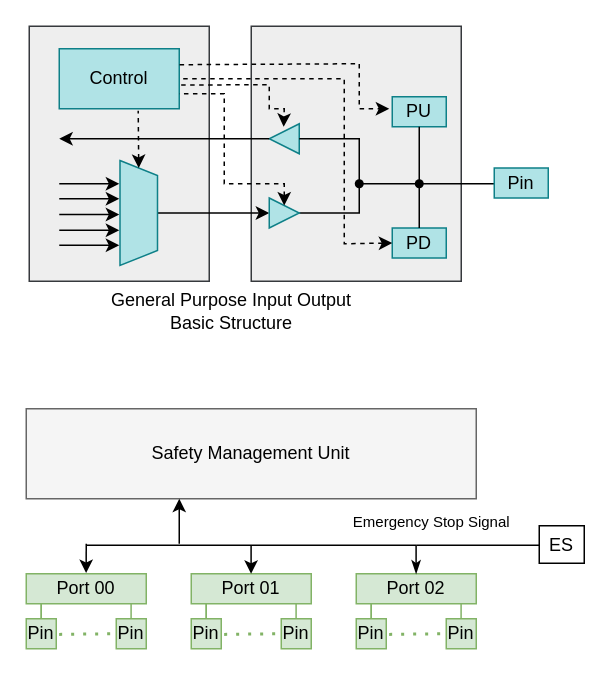
Before: page "GPIO框图" (1 of 3) of drawio/gpio.drawio in iceyxy/flow-chart-drawio, a draw.io diagram. Source tidied: cells renumbered, new cells numbered last; positions are measured from the earlier drawing's top-left corner, leaving out a move shared by most shapes. Both pictures are drawn from the tidied source at 150%, with x=0, y=0 at pixel (26, 26).
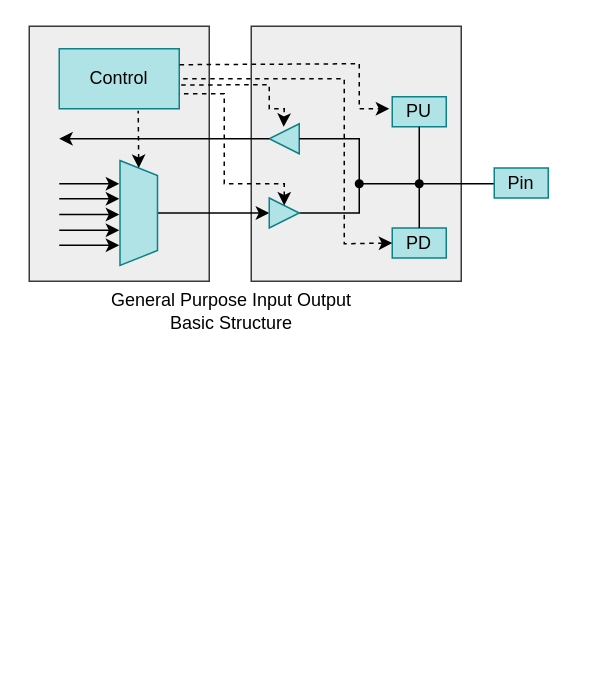
The same diagram, later.

The edit, as a diff of the source:
```diff
@@
-    <mxCell id="32" value="Safety Management Unit" style="rounded=0;whiteSpace=wrap;html=1;fillColor=#f5f5f5;strokeColor=#666666;gradientColor=none;" parent="1" vertex="1">
-      <mxGeometry y="255" width="300" height="60" as="geometry" />
-    </mxCell>
-    <mxCell id="33" style="group;" parent="1" vertex="1">
-      <mxGeometry y="365" width="80" height="50" as="geometry" />
-    </mxCell>
-    <mxCell id="34" value="Port 00" style="rounded=0;whiteSpace=wrap;html=1;fillColor=#d5e8d4;strokeColor=#82b366;" parent="33" vertex="1">
-      <mxGeometry width="80" height="20" as="geometry" />
-    </mxCell>
-    <mxCell id="35" value="Pin" style="rounded=0;whiteSpace=wrap;html=1;fillColor=#d5e8d4;strokeColor=#82b366;" parent="33" vertex="1">
-      <mxGeometry y="30" width="20" height="20" as="geometry" />
-    </mxCell>
-    <mxCell id="36" value="Pin" style="rounded=0;whiteSpace=wrap;html=1;fillColor=#d5e8d4;strokeColor=#82b366;" parent="33" vertex="1">
-      <mxGeometry x="60" y="30" width="20" height="20" as="geometry" />
-    </mxCell>
-    <mxCell id="37" style="endArrow=none;dashed=1;html=1;dashPattern=1 3;strokeWidth=2;exitX=1.097;exitY=0.521;exitDx=0;exitDy=0;exitPerimeter=0;entryX=0;entryY=0.5;entryDx=0;entryDy=0;fillColor=#d5e8d4;strokeColor=#82b366;" parent="33" edge="1" source="35" target="36">
-      <mxGeometry relative="1" as="geometry" />
-    </mxCell>
-    <mxCell id="38" style="endArrow=none;html=1;fillColor=#d5e8d4;strokeColor=#82b366;" parent="33" edge="1">
-      <mxGeometry relative="1" as="geometry">
-        <mxPoint x="10" y="30" as="sourcePoint" />
-        <mxPoint x="10" y="20" as="targetPoint" />
-      </mxGeometry>
-    </mxCell>
-    <mxCell id="39" style="endArrow=none;html=1;fillColor=#d5e8d4;strokeColor=#82b366;" parent="33" edge="1">
-      <mxGeometry relative="1" as="geometry">
-        <mxPoint x="10" y="30" as="sourcePoint" />
-        <mxPoint x="10" y="20" as="targetPoint" />
-      </mxGeometry>
-    </mxCell>
-    <mxCell id="40" style="endArrow=none;html=1;fillColor=#d5e8d4;strokeColor=#82b366;" parent="33" edge="1">
-      <mxGeometry relative="1" as="geometry">
-        <mxPoint x="69.9" y="30" as="sourcePoint" />
-        <mxPoint x="69.9" y="20" as="targetPoint" />
-      </mxGeometry>
-    </mxCell>
-    <mxCell id="41" style="group;" parent="1" vertex="1">
-      <mxGeometry x="110" y="365" width="80" height="50" as="geometry" />
-    </mxCell>
-    <mxCell id="42" value="Port 01" style="rounded=0;whiteSpace=wrap;html=1;fillColor=#d5e8d4;strokeColor=#82b366;" parent="41" vertex="1">
-      <mxGeometry width="80" height="20" as="geometry" />
-    </mxCell>
-    <mxCell id="43" value="Pin" style="rounded=0;whiteSpace=wrap;html=1;fillColor=#d5e8d4;strokeColor=#82b366;" parent="41" vertex="1">
-      <mxGeometry y="30" width="20" height="20" as="geometry" />
-    </mxCell>
-    <mxCell id="44" value="Pin" style="rounded=0;whiteSpace=wrap;html=1;fillColor=#d5e8d4;strokeColor=#82b366;" parent="41" vertex="1">
-      <mxGeometry x="60" y="30" width="20" height="20" as="geometry" />
-    </mxCell>
-    <mxCell id="45" style="endArrow=none;dashed=1;html=1;dashPattern=1 3;strokeWidth=2;exitX=1.097;exitY=0.521;exitDx=0;exitDy=0;exitPerimeter=0;entryX=0;entryY=0.5;entryDx=0;entryDy=0;fillColor=#d5e8d4;strokeColor=#82b366;" parent="41" edge="1" source="43" target="44">
-      <mxGeometry relative="1" as="geometry" />
-    </mxCell>
-    <mxCell id="46" style="endArrow=none;html=1;fillColor=#d5e8d4;strokeColor=#82b366;" parent="41" edge="1">
-      <mxGeometry relative="1" as="geometry">
-        <mxPoint x="10" y="30" as="sourcePoint" />
-        <mxPoint x="10" y="20" as="targetPoint" />
-      </mxGeometry>
-    </mxCell>
-    <mxCell id="47" style="endArrow=none;html=1;fillColor=#d5e8d4;strokeColor=#82b366;" parent="41" edge="1">
-      <mxGeometry relative="1" as="geometry">
-        <mxPoint x="10" y="30" as="sourcePoint" />
-        <mxPoint x="10" y="20" as="targetPoint" />
-      </mxGeometry>
-    </mxCell>
-    <mxCell id="48" style="endArrow=none;html=1;fillColor=#d5e8d4;strokeColor=#82b366;" parent="41" edge="1">
-      <mxGeometry relative="1" as="geometry">
-        <mxPoint x="69.9" y="30" as="sourcePoint" />
-        <mxPoint x="69.9" y="20" as="targetPoint" />
-      </mxGeometry>
-    </mxCell>
-    <mxCell id="49" style="group;" parent="1" vertex="1">
-      <mxGeometry x="220" y="365" width="80" height="50" as="geometry" />
-    </mxCell>
-    <mxCell id="50" value="Port 02" style="rounded=0;whiteSpace=wrap;html=1;fillColor=#d5e8d4;strokeColor=#82b366;" parent="49" vertex="1">
-      <mxGeometry width="80" height="20" as="geometry" />
-    </mxCell>
-    <mxCell id="51" value="Pin" style="rounded=0;whiteSpace=wrap;html=1;fillColor=#d5e8d4;strokeColor=#82b366;" parent="49" vertex="1">
-      <mxGeometry y="30" width="20" height="20" as="geometry" />
-    </mxCell>
-    <mxCell id="52" value="Pin" style="rounded=0;whiteSpace=wrap;html=1;fillColor=#d5e8d4;strokeColor=#82b366;" parent="49" vertex="1">
-      <mxGeometry x="60" y="30" width="20" height="20" as="geometry" />
-    </mxCell>
-    <mxCell id="53" style="endArrow=none;dashed=1;html=1;dashPattern=1 3;strokeWidth=2;exitX=1.097;exitY=0.521;exitDx=0;exitDy=0;exitPerimeter=0;entryX=0;entryY=0.5;entryDx=0;entryDy=0;fillColor=#d5e8d4;strokeColor=#82b366;" parent="49" edge="1" source="51" target="52">
-      <mxGeometry relative="1" as="geometry" />
-    </mxCell>
-    <mxCell id="54" style="endArrow=none;html=1;fillColor=#d5e8d4;strokeColor=#82b366;" parent="49" edge="1">
-      <mxGeometry relative="1" as="geometry">
-        <mxPoint x="10" y="30" as="sourcePoint" />
-        <mxPoint x="10" y="20" as="targetPoint" />
-      </mxGeometry>
-    </mxCell>
-    <mxCell id="55" style="endArrow=none;html=1;fillColor=#d5e8d4;strokeColor=#82b366;" parent="49" edge="1">
-      <mxGeometry relative="1" as="geometry">
-        <mxPoint x="10" y="30" as="sourcePoint" />
-        <mxPoint x="10" y="20" as="targetPoint" />
-      </mxGeometry>
-    </mxCell>
-    <mxCell id="56" style="endArrow=none;html=1;fillColor=#d5e8d4;strokeColor=#82b366;" parent="49" edge="1">
-      <mxGeometry relative="1" as="geometry">
-        <mxPoint x="69.9" y="30" as="sourcePoint" />
-        <mxPoint x="69.9" y="20" as="targetPoint" />
-      </mxGeometry>
-    </mxCell>
-    <mxCell id="57" style="endArrow=none;html=1;" parent="1" edge="1">
-      <mxGeometry relative="1" as="geometry">
-        <mxPoint x="40" y="346" as="sourcePoint" />
-        <mxPoint x="260" y="346" as="targetPoint" />
-      </mxGeometry>
-    </mxCell>
-    <mxCell id="58" style="endArrow=none;html=1;exitX=0.499;exitY=-0.025;exitDx=0;exitDy=0;exitPerimeter=0;startArrow=classic;startFill=1;" parent="1" edge="1" source="34">
-      <mxGeometry relative="1" as="geometry">
-        <mxPoint x="40" y="345" as="targetPoint" />
-      </mxGeometry>
-    </mxCell>
-    <mxCell id="59" style="endArrow=none;html=1;exitX=0.499;exitY=-0.025;exitDx=0;exitDy=0;exitPerimeter=0;startArrow=classic;startFill=1;" parent="1" edge="1">
-      <mxGeometry relative="1" as="geometry">
-        <mxPoint x="149.9" y="365" as="sourcePoint" />
-        <mxPoint x="149.9" y="346" as="targetPoint" />
-      </mxGeometry>
-    </mxCell>
-    <mxCell id="60" style="endArrow=none;html=1;exitX=0.499;exitY=-0.025;exitDx=0;exitDy=0;exitPerimeter=0;startArrow=classicThin;startFill=1;" parent="1" edge="1">
-      <mxGeometry relative="1" as="geometry">
-        <mxPoint x="259.9" y="365" as="sourcePoint" />
-        <mxPoint x="259.9" y="346" as="targetPoint" />
-      </mxGeometry>
-    </mxCell>
-    <mxCell id="61" style="endArrow=classic;html=1;entryX=0.5;entryY=1;entryDx=0;entryDy=0;startArrow=none;startFill=0;endFill=1;" parent="1" edge="1">
-      <mxGeometry relative="1" as="geometry">
-        <mxPoint x="102" y="345" as="sourcePoint" />
-        <mxPoint x="102" y="315" as="targetPoint" />
-      </mxGeometry>
-    </mxCell>
-    <mxCell id="62" value="&lt;div&gt;&lt;br&gt;&lt;/div&gt;&lt;div&gt;&lt;br&gt;&lt;/div&gt;&lt;div&gt;&lt;br&gt;&lt;/div&gt;&lt;div&gt;&lt;br&gt;&lt;/div&gt;&lt;div&gt;&lt;br&gt;&lt;/div&gt;&lt;div&gt;&lt;br&gt;&lt;/div&gt;&lt;div&gt;&lt;br&gt;&lt;/div&gt;" style="text;strokeColor=none;align=center;fillColor=none;html=1;verticalAlign=middle;whiteSpace=wrap;rounded=0;" parent="1" vertex="1">
-      <mxGeometry x="159" y="316" width="140" height="30" as="geometry" />
-    </mxCell>
-    <mxCell id="63" style="endArrow=none;html=1;exitX=0.715;exitY=1.01;exitDx=0;exitDy=0;exitPerimeter=0;" parent="1" edge="1">
-      <mxGeometry relative="1" as="geometry">
-        <mxPoint x="260" y="346" as="sourcePoint" />
-        <mxPoint x="342.9" y="346" as="targetPoint" />
-      </mxGeometry>
-    </mxCell>
-    <mxCell id="64" value="&lt;font style=&quot;font-size: 10px;&quot;&gt;Emergency Stop Signal&lt;/font&gt;" style="text;strokeColor=none;align=center;fillColor=none;html=1;verticalAlign=middle;whiteSpace=wrap;rounded=0;" parent="1" vertex="1">
-      <mxGeometry x="199" y="315" width="143" height="30" as="geometry" />
-    </mxCell>
-    <mxCell id="65" value="ES" style="rounded=0;whiteSpace=wrap;html=1;" parent="1" vertex="1">
-      <mxGeometry x="342" y="333" width="30" height="25" as="geometry" />
-    </mxCell>
```
